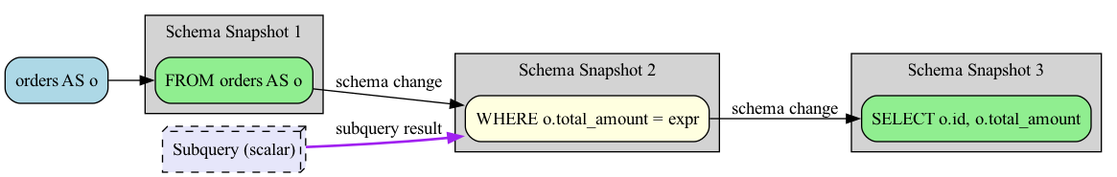
Above: examples/subquery_scalar_schema.png in rot1024/sqloflow (Graphviz), before the change. Its source is kept beside it as examples/subquery_scalar_schema.dot.
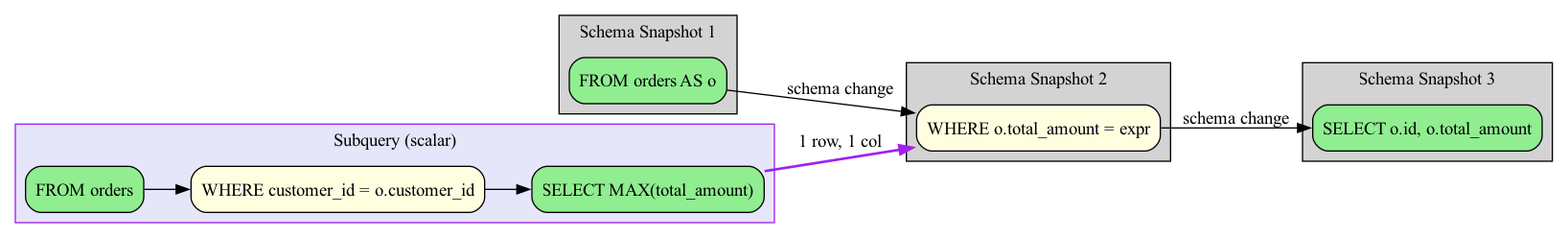
After the commit.

Diff of the diagram source:
```diff
@@ -2,29 +2,38 @@
   rankdir=LR;
   node [shape=box, style=rounded];
 
-  node_0 [label="orders AS o", fillcolor=lightblue, style="filled,rounded"];
-  node_3 [label="Subquery (scalar)", fillcolor=lavender, style="filled,rounded,dashed", shape=box3d];
   subgraph cluster_0 {
     label="Schema Snapshot 1";
     style=filled;
     fillcolor=lightgray;
-    node_1 [label="FROM orders AS o", fillcolor=lightgreen, style="filled,rounded"];
+    node_0 [label="FROM orders AS o", fillcolor=lightgreen, style="filled,rounded"];
   }
   subgraph cluster_1 {
     label="Schema Snapshot 2";
     style=filled;
     fillcolor=lightgray;
-    node_2 [label="WHERE o.total_amount = expr", fillcolor=lightyellow, style="filled,rounded"];
+    node_1 [label="WHERE o.total_amount = expr", fillcolor=lightyellow, style="filled,rounded"];
   }
   subgraph cluster_2 {
     label="Schema Snapshot 3";
     style=filled;
     fillcolor=lightgray;
-    node_4 [label="SELECT o.id, o.total_amount", fillcolor=lightgreen, style="filled,rounded"];
+    node_3 [label="SELECT o.id, o.total_amount", fillcolor=lightgreen, style="filled,rounded"];
   }
 
-  node_0 -> node_1 [color=black];
-  node_1 -> node_2 [color=black, label="schema change"];
-  node_3 -> node_2 [color=purple, style=bold, label="subquery result"];
-  node_2 -> node_4 [color=black, label="schema change"];
+  subgraph cluster_node_2 {
+    label="Subquery (scalar)";
+    style=filled;
+    fillcolor=lavender;
+    color=purple;
+    subq_2_node_0 [label="FROM orders", fillcolor=lightgreen, style="filled,rounded"];
+    subq_2_node_1 [label="WHERE customer_id = o.customer_id", fillcolor=lightyellow, style="filled,rounded"];
+    subq_2_node_2 [label="SELECT MAX(total_amount)", fillcolor=lightgreen, style="filled,rounded"];
+    subq_2_node_0 -> subq_2_node_1 [color=black];
+    subq_2_node_1 -> subq_2_node_2 [color=black];
+  }
+  subq_2_node_2 -> node_1 [color=purple, style=bold, label="1 row, 1 col"];
+
+  node_0 -> node_1 [color=black, label="schema change"];
+  node_1 -> node_3 [color=black, label="schema change"];
 }
```
